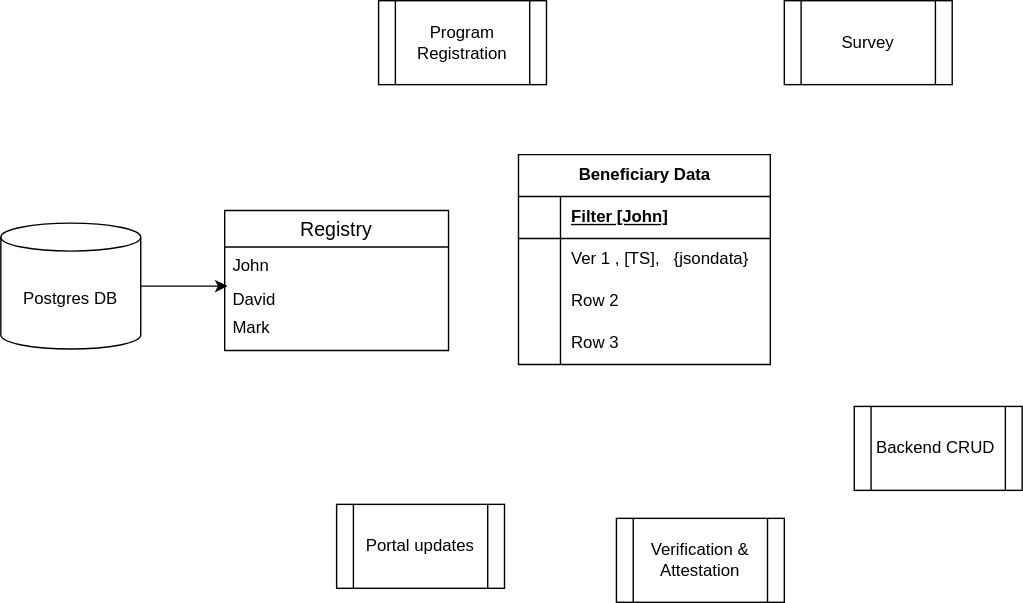
Before: .gitbook/assets/program_data.drawio.svg, a diagram exported from draw.io (OpenG2P/openg2p-documentation). Source tidied: cells renumbered, new cells last; positions are measured from the earlier drawing's top-left corner, leaving out a move shared by most shapes.
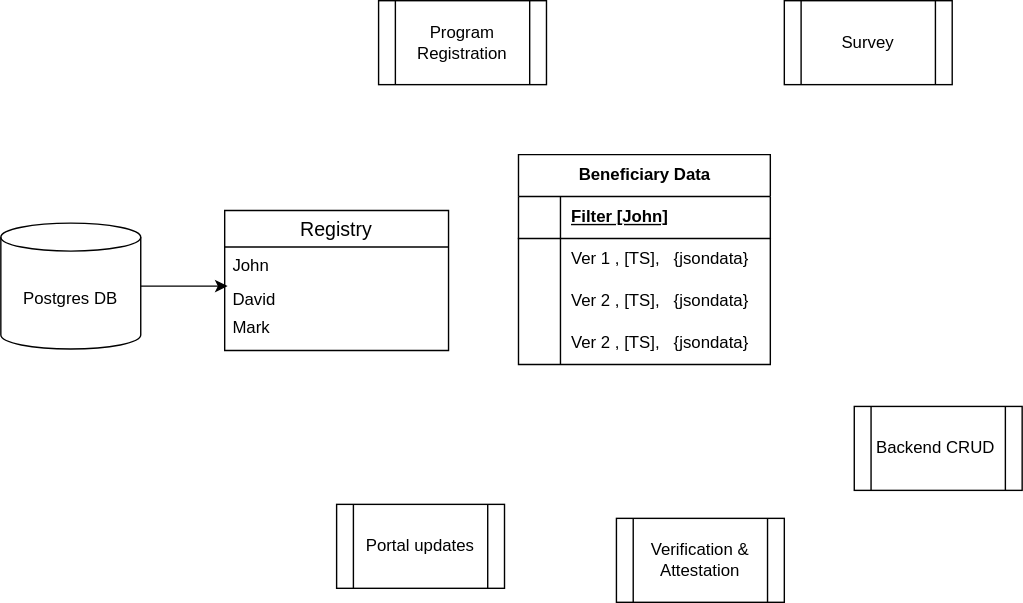
After the change.

What changed in the source:
```diff
@@ -62,7 +62,7 @@
     <mxCell id="21" style="shape=partialRectangle;fillColor=none;top=0;left=0;bottom=0;right=0;overflow=hidden;whiteSpace=wrap;html=1;" parent="20" vertex="1">
       <mxGeometry width="30" height="30" as="geometry" />
     </mxCell>
-    <mxCell id="22" value="Row 2" style="shape=partialRectangle;fillColor=none;top=0;left=0;bottom=0;right=0;align=left;spacingLeft=6;overflow=hidden;whiteSpace=wrap;html=1;" parent="20" vertex="1">
+    <mxCell id="22" style="shape=partialRectangle;fillColor=none;top=0;left=0;bottom=0;right=0;align=left;spacingLeft=6;overflow=hidden;whiteSpace=wrap;html=1;" parent="20" vertex="1">
       <mxGeometry x="30" width="150" height="30" as="geometry" />
     </mxCell>
     <mxCell id="23" style="shape=tableRow;horizontal=0;startSize=0;swimlaneHead=0;swimlaneBody=0;fillColor=none;top=0;left=0;right=0;bottom=0;" parent="13" vertex="1">
@@ -71,8 +71,14 @@
     <mxCell id="24" style="shape=partialRectangle;fillColor=none;top=0;left=0;bottom=0;right=0;overflow=hidden;whiteSpace=wrap;html=1;" parent="23" vertex="1">
       <mxGeometry width="30" height="30" as="geometry" />
     </mxCell>
-    <mxCell id="25" value="Row 3" style="shape=partialRectangle;fillColor=none;top=0;left=0;bottom=0;right=0;align=left;spacingLeft=6;overflow=hidden;whiteSpace=wrap;html=1;" parent="23" vertex="1">
+    <mxCell id="25" style="shape=partialRectangle;fillColor=none;top=0;left=0;bottom=0;right=0;align=left;spacingLeft=6;overflow=hidden;whiteSpace=wrap;html=1;" parent="23" vertex="1">
       <mxGeometry x="30" width="150" height="30" as="geometry" />
     </mxCell>
+    <mxCell id="26" value="Ver 2 , [TS],&amp;nbsp; &amp;nbsp;{jsondata}" style="shape=partialRectangle;fillColor=none;top=0;left=0;bottom=0;right=0;align=left;spacingLeft=6;overflow=hidden;whiteSpace=wrap;html=1;" parent="1" vertex="1">
+      <mxGeometry x="400" y="200" width="150" height="30" as="geometry" />
+    </mxCell>
+    <mxCell id="27" value="Ver 2 , [TS],&amp;nbsp; &amp;nbsp;{jsondata}" style="shape=partialRectangle;fillColor=none;top=0;left=0;bottom=0;right=0;align=left;spacingLeft=6;overflow=hidden;whiteSpace=wrap;html=1;" parent="1" vertex="1">
+      <mxGeometry x="400" y="230" width="150" height="30" as="geometry" />
+    </mxCell>
   </root>
 </mxGraphModel>
```
